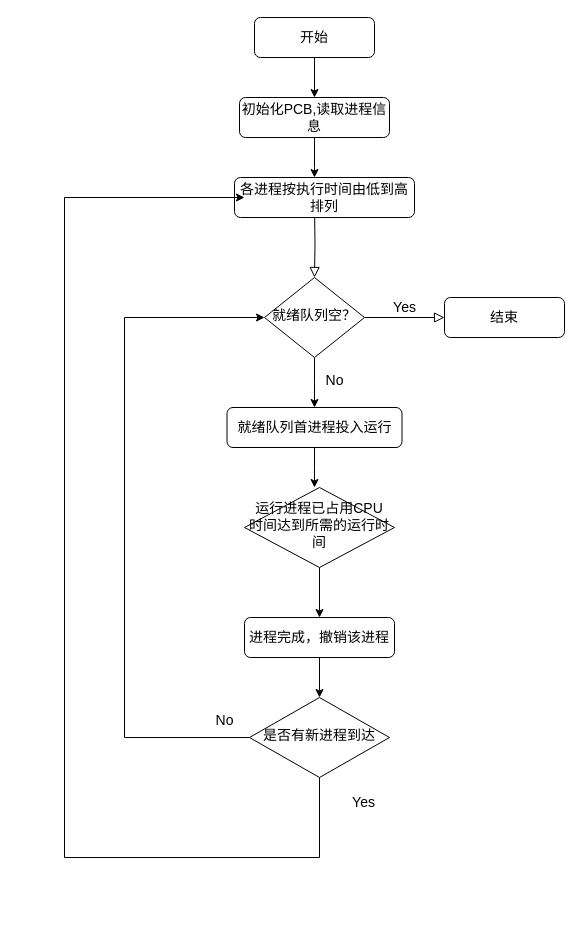
Earlier version of the draw.io diagram 先来先服务调度算法.drawio (dxin66/draw-files). Source tidied: cells renumbered, new cells numbered last; positions are measured from the earlier drawing's top-left corner, leaving out a move shared by most shapes. Both pictures are drawn from the tidied source at 100%, with x=0, y=0 at pixel (64, 17).
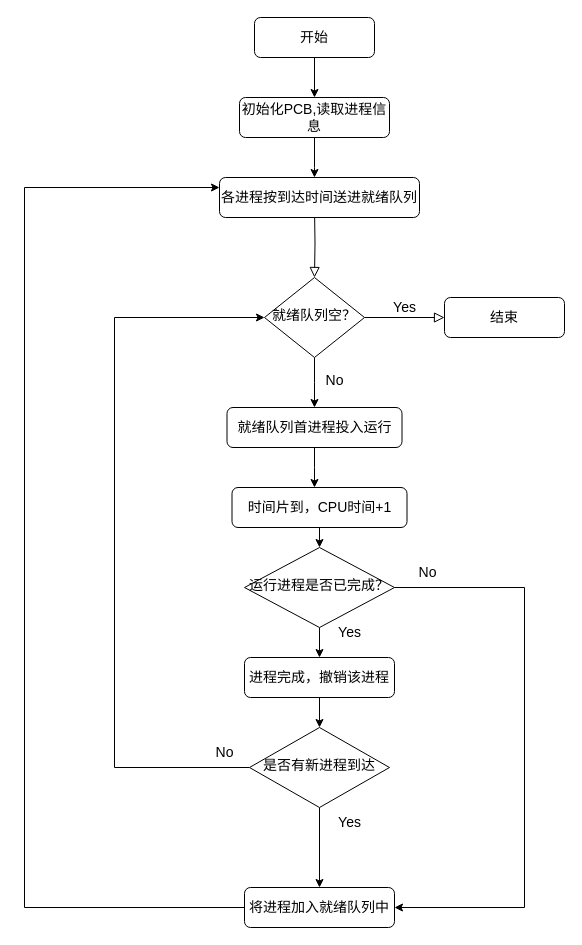
Above is the later version.

Unchanged cells that the change refers to:
```xml
<mxCell id="6" value="就绪队列空？" style="rhombus;whiteSpace=wrap;html=1;shadow=0;fontFamily=Helvetica;fontSize=14;align=center;strokeWidth=1;spacing=6;spacingTop=-4;" parent="1" vertex="1">
  <mxGeometry x="200" y="260" width="100" height="80" as="geometry" />
</mxCell>
```

The edit, as a diff of the source:
```diff
@@
-    <mxCell id="3" value="各进程按执行时间由低到高排列" style="rounded=1;whiteSpace=wrap;html=1;fontSize=14;glass=0;strokeWidth=1;shadow=0;" parent="1" vertex="1">
-      <mxGeometry x="170" y="160" width="180" height="40" as="geometry" />
+    <mxCell id="3" value="各进程按到达时间送进就绪队列" style="rounded=1;whiteSpace=wrap;html=1;fontSize=14;glass=0;strokeWidth=1;shadow=0;" parent="1" vertex="1">
+      <mxGeometry x="155" y="160" width="200" height="40" as="geometry" />
     </mxCell>
@@
+    <mxCell id="25" style="edgeStyle=orthogonalEdgeStyle;rounded=0;jettySize=auto;html=1;entryX=1;entryY=0.5;entryDx=0;entryDy=0;" parent="1" edge="1" source="15" target="31">
+      <mxGeometry relative="1" as="geometry">
+        <Array as="points">
+          <mxPoint x="460" y="570" />
+          <mxPoint x="460" y="890" />
+        </Array>
+      </mxGeometry>
+    </mxCell>
-    <mxCell id="15" value="运行进程已占用CPU时间达到所需的运行时间" style="rhombus;whiteSpace=wrap;html=1;shadow=0;fontFamily=Helvetica;fontSize=14;align=center;strokeWidth=1;spacing=6;spacingTop=-4;" parent="1" vertex="1">
-      <mxGeometry x="180" y="470" width="150" height="80" as="geometry" />
+    <mxCell id="15" value="运行进程是否已完成？" style="rhombus;whiteSpace=wrap;html=1;shadow=0;fontFamily=Helvetica;fontSize=14;align=center;strokeWidth=1;spacing=6;spacingTop=-4;" parent="1" vertex="1">
+      <mxGeometry x="180" y="530" width="150" height="80" as="geometry" />
     </mxCell>
-    <mxCell id="16" style="edgeStyle=orthogonalEdgeStyle;rounded=0;jettySize=auto;html=1;fontSize=14;exitX=0.5;exitY=1;exitDx=0;exitDy=0;" parent="1" edge="1" source="22">
-      <mxGeometry relative="1" as="geometry">
-        <mxPoint x="180" y="180" as="targetPoint" />
-        <Array as="points">
-          <mxPoint x="255" y="840" />
-          <mxPoint y="840" />
-          <mxPoint y="180" />
-        </Array>
-      </mxGeometry>
-    </mxCell>
@@
     <mxCell id="20" value="&lt;font style=&quot;font-size: 14px;&quot;&gt;进程完成，撤销该进程&lt;/font&gt;" style="rounded=1;whiteSpace=wrap;html=1;fontSize=12;glass=0;strokeWidth=1;shadow=0;" parent="1" vertex="1">
-      <mxGeometry x="180" y="600" width="150" height="40" as="geometry" />
+      <mxGeometry x="180" y="640" width="150" height="40" as="geometry" />
     </mxCell>
-    <mxCell id="21" style="rounded=0;jettySize=auto;html=1;edgeStyle=orthogonalEdgeStyle;entryX=0;entryY=0.5;entryDx=0;entryDy=0;" parent="1" edge="1" source="22" target="6">
+    <mxCell id="21" style="rounded=0;jettySize=auto;html=1;edgeStyle=orthogonalEdgeStyle;entryX=0;entryY=0.5;entryDx=0;entryDy=0;exitX=0;exitY=0.5;exitDx=0;exitDy=0;" parent="1" edge="1" source="22" target="6">
       <mxGeometry relative="1" as="geometry">
         <Array as="points">
-          <mxPoint x="60" y="720" />
-          <mxPoint x="60" y="300" />
+          <mxPoint x="50" y="750" />
+          <mxPoint x="50" y="300" />
         </Array>
       </mxGeometry>
     </mxCell>
+    <mxCell id="26" style="edgeStyle=orthogonalEdgeStyle;rounded=0;jettySize=auto;html=1;exitX=0.5;exitY=1;exitDx=0;exitDy=0;" parent="1" edge="1" source="22" target="31">
+      <mxGeometry relative="1" as="geometry" />
+    </mxCell>
     <mxCell id="22" value="是否有新进程到达" style="rhombus;whiteSpace=wrap;html=1;shadow=0;fontFamily=Helvetica;fontSize=14;align=center;strokeWidth=1;spacing=6;spacingTop=-4;" parent="1" vertex="1">
-      <mxGeometry x="185" y="680" width="140" height="80" as="geometry" />
+      <mxGeometry x="185" y="710" width="140" height="80" as="geometry" />
     </mxCell>
     <mxCell id="23" value="&lt;font style=&quot;font-size: 14px;&quot;&gt;Yes&lt;/font&gt;" style="text;html=1;align=center;verticalAlign=middle;strokeColor=none;fillColor=none;" parent="1" vertex="1">
-      <mxGeometry x="274" y="770" width="50" height="30" as="geometry" />
+      <mxGeometry x="260" y="790" width="50" height="30" as="geometry" />
     </mxCell>
     <mxCell id="24" value="&lt;font style=&quot;font-size: 14px;&quot;&gt;No&lt;/font&gt;" style="text;html=1;align=center;verticalAlign=middle;strokeColor=none;fillColor=none;" parent="1" vertex="1">
-      <mxGeometry x="140" y="688" width="40" height="30" as="geometry" />
+      <mxGeometry x="140" y="720" width="40" height="30" as="geometry" />
     </mxCell>
+    <mxCell id="27" value="&lt;font style=&quot;font-size: 14px;&quot;&gt;Yes&lt;/font&gt;" style="text;html=1;align=center;verticalAlign=middle;strokeColor=none;fillColor=none;" parent="1" vertex="1">
+      <mxGeometry x="260" y="600" width="50" height="30" as="geometry" />
+    </mxCell>
+    <mxCell id="28" style="edgeStyle=orthogonalEdgeStyle;rounded=0;jettySize=auto;html=1;exitX=0.5;exitY=1;exitDx=0;exitDy=0;entryX=0.5;entryY=0;entryDx=0;entryDy=0;" parent="1" edge="1" source="29" target="15">
+      <mxGeometry relative="1" as="geometry" />
+    </mxCell>
+    <mxCell id="29" value="时间片到，CPU时间+1" style="rounded=1;whiteSpace=wrap;html=1;fontSize=14;glass=0;strokeWidth=1;shadow=0;" parent="1" vertex="1">
+      <mxGeometry x="167.5" y="470" width="175" height="40" as="geometry" />
+    </mxCell>
+    <mxCell id="30" style="edgeStyle=orthogonalEdgeStyle;rounded=0;orthogonalLoop=1;jettySize=auto;html=1;entryX=0;entryY=0.25;entryDx=0;entryDy=0;" parent="1" edge="1">
+      <mxGeometry relative="1" as="geometry">
+        <mxPoint x="180" y="890" as="sourcePoint" />
+        <mxPoint x="155" y="170" as="targetPoint" />
+        <Array as="points">
+          <mxPoint x="-40" y="890" />
+          <mxPoint x="-40" y="170" />
+        </Array>
+      </mxGeometry>
+    </mxCell>
+    <mxCell id="31" value="&lt;font style=&quot;font-size: 14px;&quot;&gt;将进程加入就绪队列中&lt;/font&gt;" style="rounded=1;whiteSpace=wrap;html=1;" parent="1" vertex="1">
+      <mxGeometry x="180" y="870" width="150" height="40" as="geometry" />
+    </mxCell>
+    <mxCell id="32" value="&lt;font style=&quot;font-size: 14px;&quot;&gt;No&lt;/font&gt;" style="text;html=1;align=center;verticalAlign=middle;strokeColor=none;fillColor=none;" parent="1" vertex="1">
+      <mxGeometry x="342.5" y="540" width="40" height="30" as="geometry" />
+    </mxCell>
```
